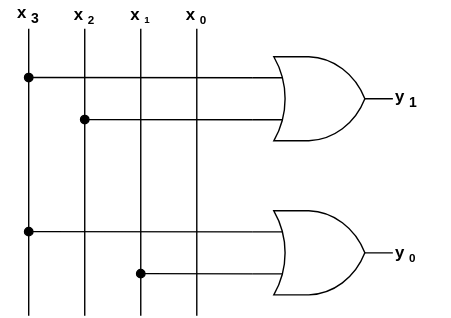
The draw.io diagram 02/yongki/assets/encoder.drawio.svg in cs-study-org/cs-study, before a commit. Source tidied: cells renumbered, new cells last; positions are measured from the earlier drawing's top-left corner, leaving out a move shared by most shapes.
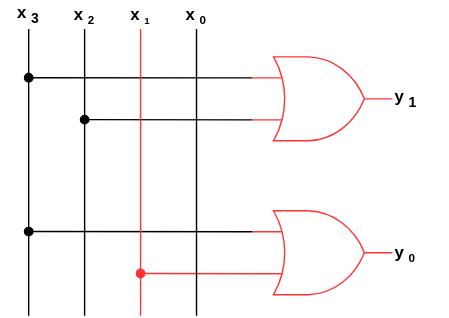
After the commit.

Diff of the diagram source:
```diff
@@ -7,12 +7,12 @@
         <mxPoint x="20" y="164.9" as="targetPoint" />
       </mxGeometry>
     </mxCell>
-    <mxCell id="3" style="edgeStyle=none;html=1;exitX=0;exitY=0.75;exitDx=0;exitDy=0;exitPerimeter=0;endArrow=oval;endFill=1;" parent="1" edge="1" source="4">
+    <mxCell id="3" style="edgeStyle=none;html=1;exitX=0;exitY=0.75;exitDx=0;exitDy=0;exitPerimeter=0;endArrow=oval;endFill=1;strokeColor=#FF3333;" parent="1" edge="1" source="4">
       <mxGeometry relative="1" as="geometry">
         <mxPoint x="100" y="194.9" as="targetPoint" />
       </mxGeometry>
     </mxCell>
-    <mxCell id="4" style="verticalLabelPosition=bottom;shadow=0;dashed=0;align=center;html=1;verticalAlign=top;shape=mxgraph.electrical.logic_gates.logic_gate;operation=or;" parent="1" vertex="1">
+    <mxCell id="4" style="verticalLabelPosition=bottom;shadow=0;dashed=0;align=center;html=1;verticalAlign=top;shape=mxgraph.electrical.logic_gates.logic_gate;operation=or;strokeColor=#FF3333;" parent="1" vertex="1">
       <mxGeometry x="180" y="150" width="100" height="60" as="geometry" />
     </mxCell>
     <mxCell id="5" style="edgeStyle=none;html=1;exitX=0;exitY=0.25;exitDx=0;exitDy=0;exitPerimeter=0;endArrow=oval;endFill=1;" parent="1" edge="1" source="7">
@@ -25,7 +25,7 @@
         <mxPoint x="60" y="84.9" as="targetPoint" />
       </mxGeometry>
     </mxCell>
-    <mxCell id="7" style="verticalLabelPosition=bottom;shadow=0;dashed=0;align=center;html=1;verticalAlign=top;shape=mxgraph.electrical.logic_gates.logic_gate;operation=or;" parent="1" vertex="1">
+    <mxCell id="7" style="verticalLabelPosition=bottom;shadow=0;dashed=0;align=center;html=1;verticalAlign=top;shape=mxgraph.electrical.logic_gates.logic_gate;operation=or;strokeColor=#FF3333;" parent="1" vertex="1">
       <mxGeometry x="180" y="40" width="100" height="60" as="geometry" />
     </mxCell>
     <mxCell id="8" value="&lt;b&gt;y&lt;sub&gt;1&lt;/sub&gt;&lt;/b&gt;" style="text;html=1;strokeColor=none;fillColor=none;align=left;verticalAlign=middle;whiteSpace=wrap;rounded=0;" parent="1" vertex="1">
@@ -40,7 +40,7 @@
         <mxPoint x="140" y="20" as="targetPoint" />
       </mxGeometry>
     </mxCell>
-    <mxCell id="11" style="endArrow=none;html=1;" parent="1" edge="1">
+    <mxCell id="11" style="endArrow=none;html=1;strokeColor=#FF3333;" parent="1" edge="1">
       <mxGeometry relative="1" as="geometry">
         <mxPoint x="100" y="225" as="sourcePoint" />
         <mxPoint x="100" y="20" as="targetPoint" />
```
